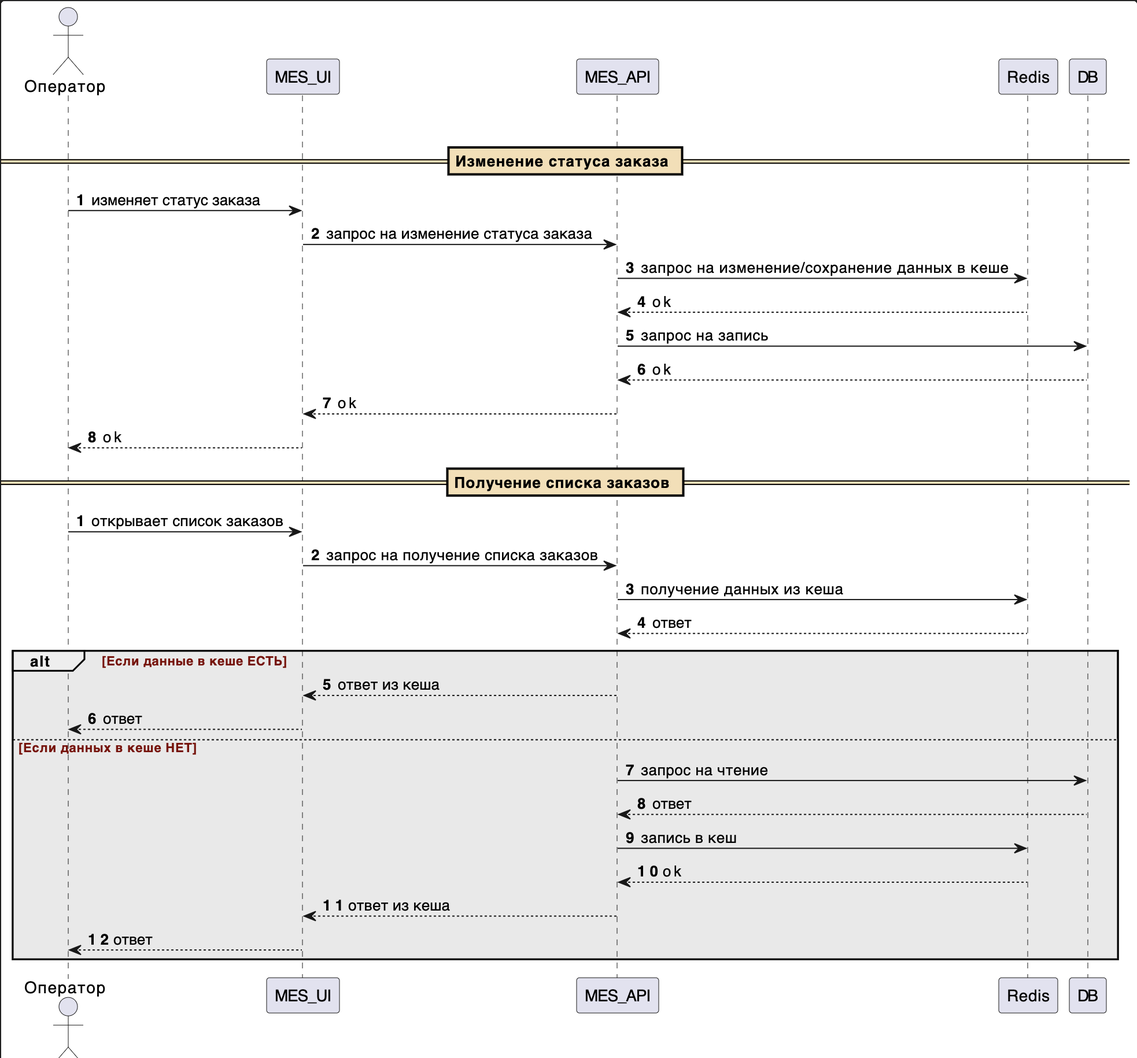
Before: Task5/sequence.png, a diagram exported from PlantUML (Nikita-hub000/architecture-alexandrite). Its source is kept beside it as Task5/sequence.wsd.
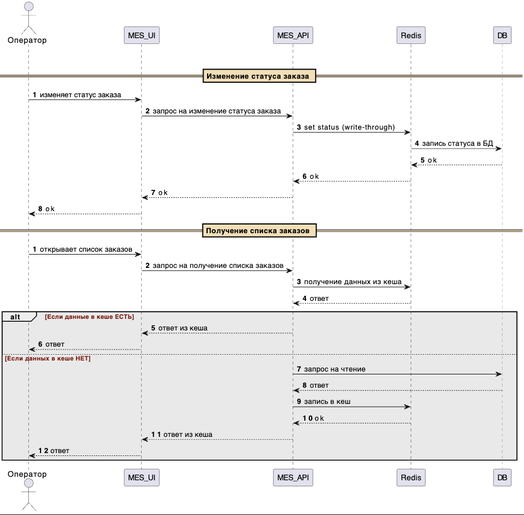
Later version of the same file.

The edit, as a diff of the source:
```diff
@@ -29,11 +29,10 @@
 == Изменение статуса заказа ==
 User -> MES_UI: изменяет статус заказа
     MES_UI -> MES_API: запрос на изменение статуса заказа
-        MES_API -> Redis: запрос на изменение/сохранение данных в кеше
+        MES_API -> Redis: set status (write-through)
+            Redis -> DB: запись статуса в БД
+            Redis <-- DB: ok
         MES_API <-- Redis: ok
-
-        MES_API -> DB: запрос на запись
-        MES_API <-- DB: ok
 
     MES_UI <-- MES_API: ok
 User <-- MES_UI: ok
```
